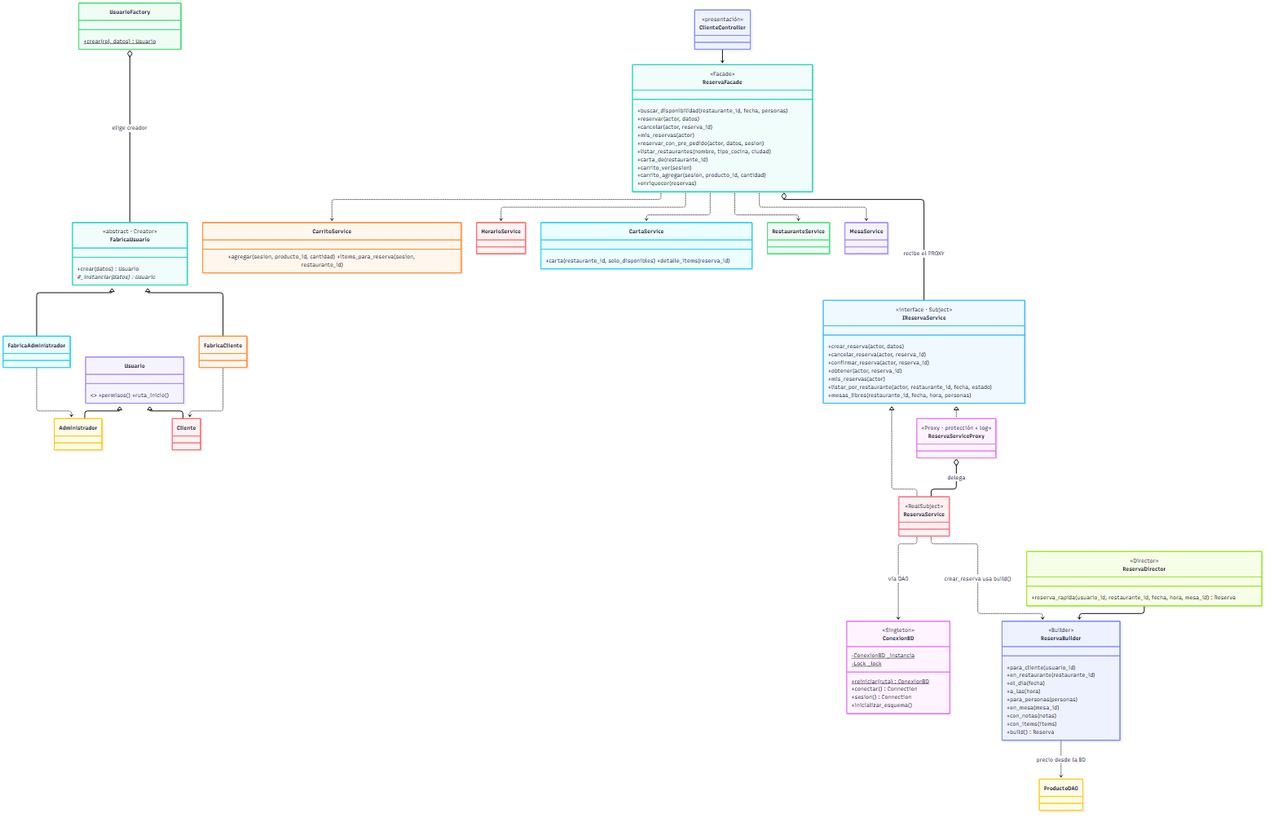
This is docs/diagramas/diagrama_control_patrones.png from CamiloDG07/Parcial-Tellez, a Mermaid export, as it was before one commit. Its source is kept beside it as docs/diagrama_control_patrones.mmd.
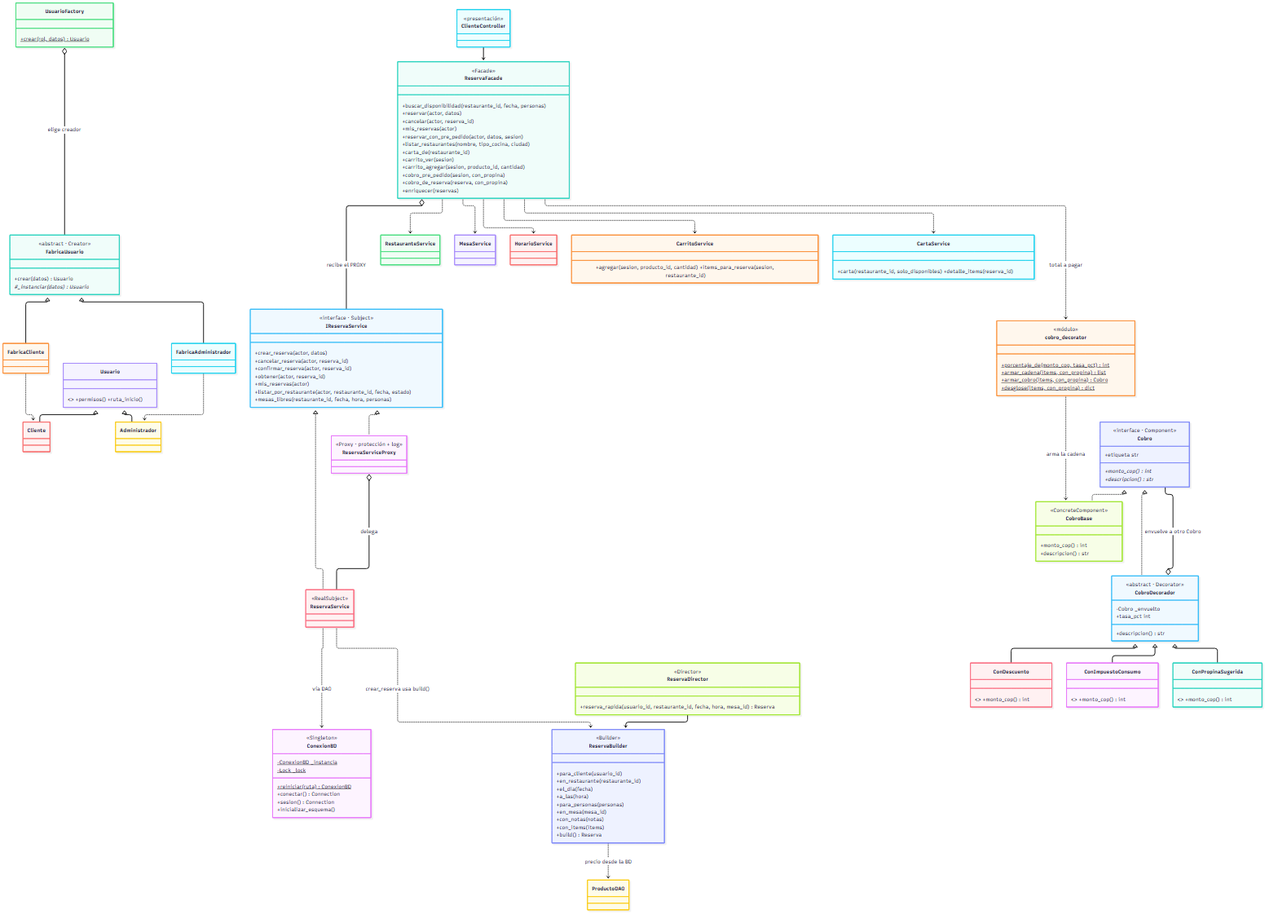
Above is the later version.

The edit, as a diff of the source:
```diff
@@ -73,6 +73,8 @@
         +carta_de(restaurante_id)
         +carrito_ver(sesion)
         +carrito_agregar(sesion, producto_id, cantidad)
+        +cobro_pre_pedido(sesion, con_propina)
+        +cobro_de_reserva(reserva, con_propina)
         +enriquecer(reservas)
     }
     class CarritoService { +agregar(sesion, producto_id, cantidad) +items_para_reserva(sesion, restaurante_id) }
@@ -84,6 +86,42 @@
     ReservaFacade ..> CarritoService
     ReservaFacade ..> CartaService
     ReservaBuilder ..> ProductoDAO : precio desde la BD
+
+    class Cobro {
+        <<interface · Component>>
+        +etiqueta str
+        +monto_cop()* int
+        +descripcion()* str
+    }
+    class CobroBase {
+        <<ConcreteComponent>>
+        +monto_cop() int
+        +descripcion() str
+    }
+    class CobroDecorador {
+        <<abstract · Decorator>>
+        -Cobro _envuelto
+        +tasa_pct int
+        +descripcion() str
+    }
+    class ConDescuento { <<ConcreteDecorator>> +monto_cop() int }
+    class ConImpuestoConsumo { <<ConcreteDecorator>> +monto_cop() int }
+    class ConPropinaSugerida { <<ConcreteDecorator>> +monto_cop() int }
+    class cobro_decorator {
+        <<módulo>>
+        +porcentaje_de(monto_cop, tasa_pct)$ int
+        +armar_cadena(items, con_propina)$ list
+        +armar_cobro(items, con_propina)$ Cobro
+        +desglose(items, con_propina)$ dict
+    }
+    Cobro <|.. CobroBase
+    Cobro <|.. CobroDecorador
+    CobroDecorador <|-- ConDescuento
+    CobroDecorador <|-- ConImpuestoConsumo
+    CobroDecorador <|-- ConPropinaSugerida
+    CobroDecorador o-- Cobro : envuelve a otro Cobro
+    cobro_decorator ..> CobroBase : arma la cadena
+    ReservaFacade ..> cobro_decorator : total a pagar
     class ClienteController { <<presentación>> }
     ClienteController --> ReservaFacade
     ReservaService ..> ConexionBD : vía DAO
```
